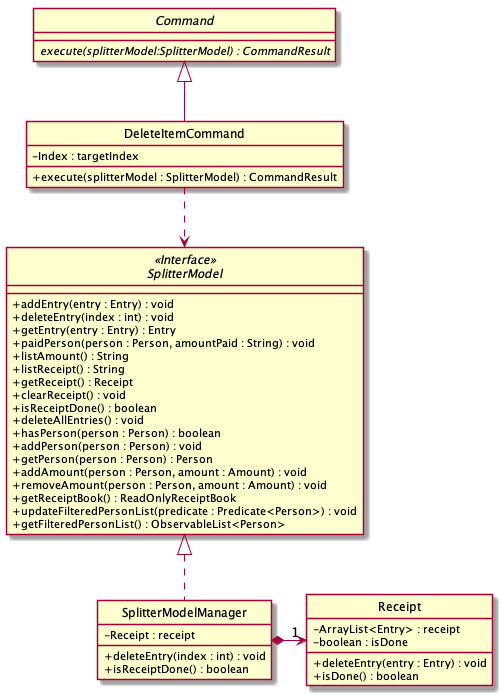
nus-cs2103-AY1920S2/addressbook-level3 keeps this PlantUML diagram as docs/images/ExpenseSplitterDeleteItemCommandClassDiagram.png. Above is the earlier version.
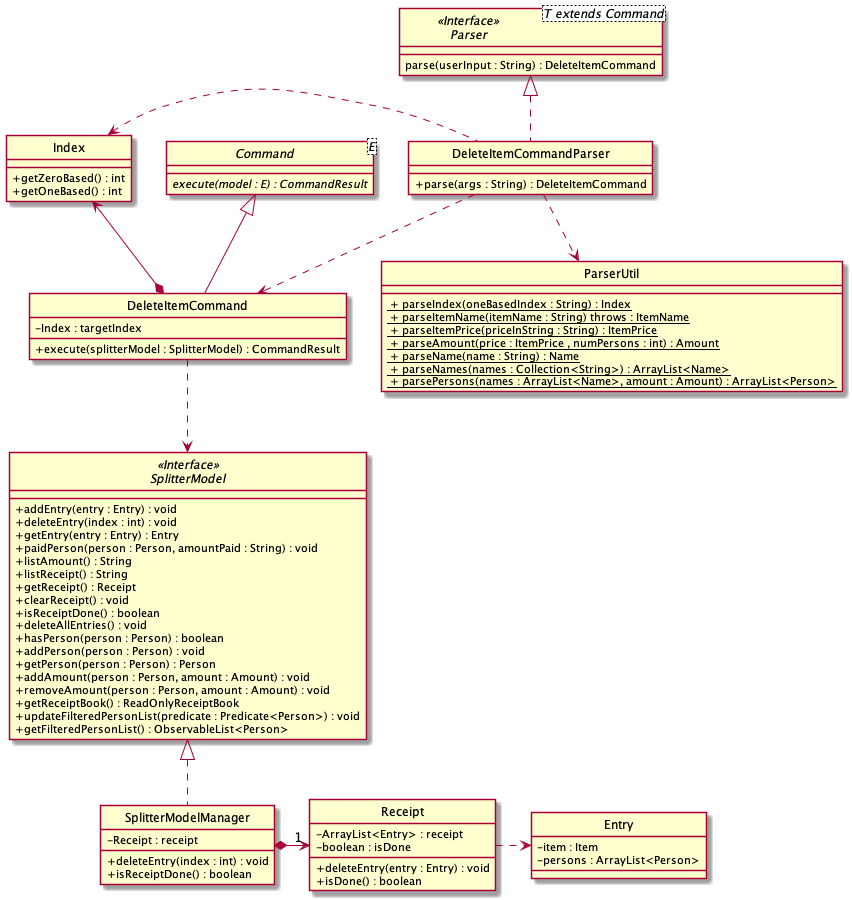
After the commit.

What changed in the source:
```diff
@@ -5,8 +5,16 @@
 hide circle
 
 
-abstract class Command {
-    {abstract} execute(splitterModel:SplitterModel) : CommandResult
+abstract class Command<E> {
+    {abstract} execute(model : E) : CommandResult
+}
+
+class DeleteItemCommandParser implements Parser {
+    + parse(args : String) : DeleteItemCommand
+}
+
+interface Parser<T extends Command> <<Interface>> {
+    parse(userInput : String) : DeleteItemCommand
 }
 
 class DeleteItemCommand extends Command {
@@ -36,6 +44,20 @@
     + getFilteredPersonList() : ObservableList<Person>
 }
 
+class ParserUtil {
+    <u> + parseIndex(oneBasedIndex : String) : Index
+    <u> + parseItemName(itemName : String) throws : ItemName
+    <u> + parseItemPrice(priceInString : String) : ItemPrice
+    <u> + parseAmount(price : ItemPrice , numPersons : int) : Amount
+    <u> + parseName(name : String) : Name
+    <u> + parseNames(names : Collection<String>) : ArrayList<Name>
+    <u> + parsePersons(names : ArrayList<Name>, amount : Amount) : ArrayList<Person>
+}
+
+class Index {
+    + getZeroBased() : int
+    + getOneBased() : int
+}
 
 class SplitterModelManager implements SplitterModel {
     - Receipt : receipt
@@ -52,8 +74,18 @@
     + isDone() : boolean
 }
 
+class Entry {
+    - item : Item
+    - persons : ArrayList<Person>
+}
+
 DeleteItemCommand ..> SplitterModel
+DeleteItemCommand *--> Index
+DeleteItemCommandParser .left.> Index
+DeleteItemCommandParser ..> DeleteItemCommand
+DeleteItemCommandParser ..> ParserUtil
 SplitterModelManager *-right->"1" Receipt
+Receipt .right.> Entry
 
 
 @enduml
```
